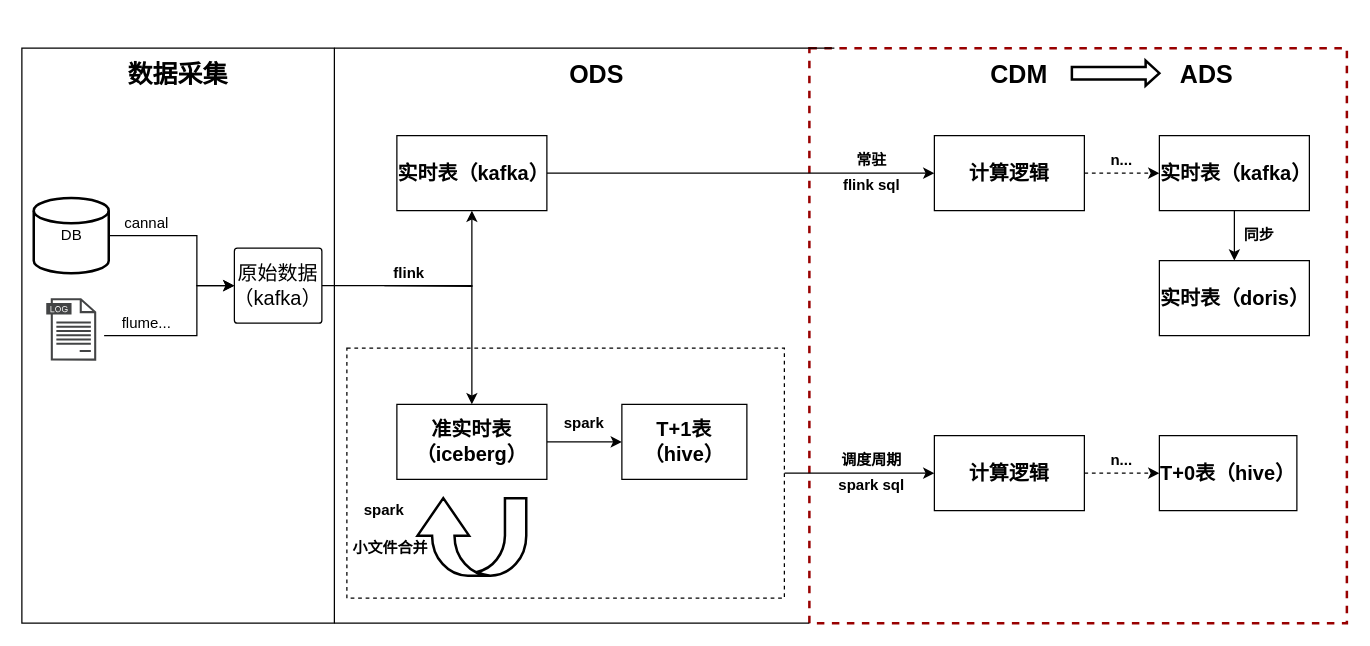
The draw.io diagram mt流批一体.drawio in mineminemine123/work-wiki, before the edit. Source tidied: cells renumbered, new cells numbered last; positions are measured from the earlier drawing's top-left corner, leaving out a move shared by most shapes. Both pictures are drawn from the tidied source at 125%, with x=0, y=0 at pixel (21, 48).
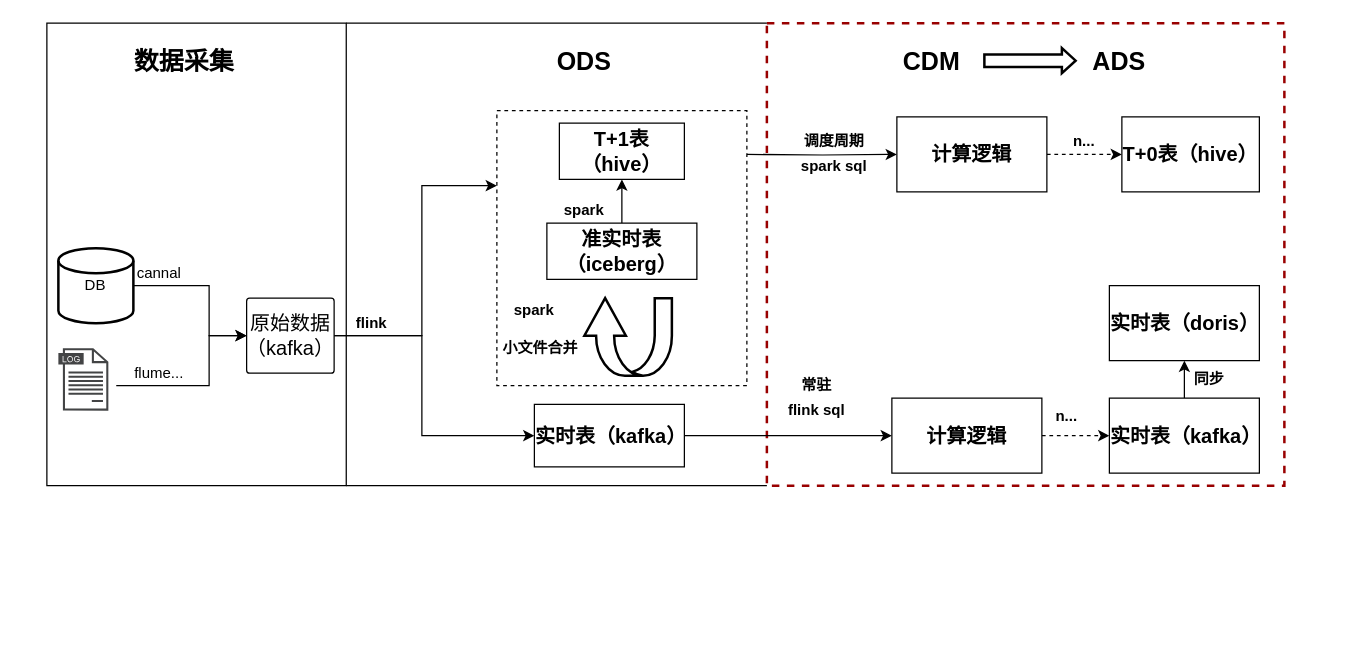
The same diagram, later.

Commit message:
更新mt流批一体.drawio

The edit, as a diff of the source:
```diff
@@
     <mxCell id="2" style="rounded=0;whiteSpace=wrap;html=1;fillColor=none;strokeColor=default;fontFamily=微软雅黑;" parent="1" vertex="1">
-      <mxGeometry width="250" height="460" as="geometry" />
+      <mxGeometry x="20" y="-20" width="239.5" height="370" as="geometry" />
     </mxCell>
     <mxCell id="3" style="rounded=0;whiteSpace=wrap;html=1;fillColor=default;strokeColor=#990000;strokeWidth=2;dashed=1;fontFamily=微软雅黑;" parent="1" vertex="1">
-      <mxGeometry x="630" width="430" height="460" as="geometry" />
+      <mxGeometry x="596" y="-20" width="414" height="370" as="geometry" />
     </mxCell>
-    <mxCell id="4" style="edgeStyle=orthogonalEdgeStyle;rounded=0;jettySize=auto;html=1;exitX=1;exitY=0.5;exitDx=0;exitDy=0;entryX=0;entryY=0.5;entryDx=0;entryDy=0;fontFamily=微软雅黑;" parent="1" edge="1" source="5" target="24">
-      <mxGeometry relative="1" as="geometry" />
+    <mxCell id="4" style="edgeStyle=orthogonalEdgeStyle;rounded=0;jettySize=auto;html=1;exitX=1;exitY=0.5;exitDx=0;exitDy=0;entryX=0;entryY=0.5;entryDx=0;entryDy=0;fontFamily=微软雅黑;" parent="1" edge="1" target="24">
+      <mxGeometry relative="1" as="geometry">
+        <mxPoint x="580" y="85" as="sourcePoint" />
+      </mxGeometry>
     </mxCell>
-    <mxCell id="5" style="rounded=0;whiteSpace=wrap;html=1;dashed=1;fillColor=default;strokeColor=default;fontFamily=微软雅黑;" parent="1" vertex="1">
-      <mxGeometry x="260" y="240" width="350" height="200" as="geometry" />
-    </mxCell>
-    <mxCell id="6" style="edgeStyle=orthogonalEdgeStyle;rounded=0;jettySize=auto;html=1;exitX=1;exitY=0.5;exitDx=0;exitDy=0;entryX=0;entryY=0.5;entryDx=0;entryDy=0;fontSize=20;fontFamily=微软雅黑;" parent="1" edge="1" source="7" target="29">
-      <mxGeometry relative="1" as="geometry" />
-    </mxCell>
-    <mxCell id="7" value="&lt;span style=&quot;font-size: 16px;&quot;&gt;实时表（kafka）&lt;/span&gt;" style="rounded=0;whiteSpace=wrap;html=1;fontStyle=1;fontFamily=微软雅黑;" parent="1" vertex="1">
-      <mxGeometry x="300" y="70" width="120" height="60" as="geometry" />
-    </mxCell>
-    <mxCell id="8" style="edgeStyle=orthogonalEdgeStyle;rounded=0;jettySize=auto;html=1;exitX=1;exitY=0.5;exitDx=0;exitDy=0;fontFamily=微软雅黑;" parent="1" edge="1" target="7">
+    <mxCell id="8" style="edgeStyle=orthogonalEdgeStyle;rounded=0;jettySize=auto;html=1;exitX=1;exitY=0.5;exitDx=0;exitDy=0;fontFamily=微软雅黑;" parent="1" edge="1" source="15" target="47">
       <mxGeometry relative="1" as="geometry">
-        <mxPoint x="290" y="190" as="sourcePoint" />
+        <Array as="points">
+          <mxPoint x="320" y="230" />
+          <mxPoint x="320" y="110" />
+        </Array>
       </mxGeometry>
     </mxCell>
-    <mxCell id="9" style="edgeStyle=orthogonalEdgeStyle;rounded=0;jettySize=auto;html=1;fontFamily=微软雅黑;" parent="1" edge="1" source="15" target="11">
-      <mxGeometry relative="1" as="geometry" />
+    <mxCell id="9" style="edgeStyle=orthogonalEdgeStyle;rounded=0;jettySize=auto;html=1;fontFamily=微软雅黑;entryX=0;entryY=0.5;entryDx=0;entryDy=0;" parent="1" edge="1" source="15" target="7">
+      <mxGeometry relative="1" as="geometry">
+        <Array as="points">
+          <mxPoint x="320" y="230" />
+        </Array>
+      </mxGeometry>
     </mxCell>
-    <mxCell id="10" style="edgeStyle=orthogonalEdgeStyle;rounded=0;jettySize=auto;html=1;exitX=1;exitY=0.5;exitDx=0;exitDy=0;entryX=0;entryY=0.5;entryDx=0;entryDy=0;fontFamily=微软雅黑;" parent="1" edge="1" source="11" target="21">
-      <mxGeometry relative="1" as="geometry" />
-    </mxCell>
-    <mxCell id="11" value="&lt;span style=&quot;font-size: 16px;&quot;&gt;准实时表（iceberg）&lt;/span&gt;" style="rounded=0;whiteSpace=wrap;html=1;fontStyle=1;fontFamily=微软雅黑;" parent="1" vertex="1">
-      <mxGeometry x="300" y="285" width="120" height="60" as="geometry" />
-    </mxCell>
     <mxCell id="12" style="edgeStyle=orthogonalEdgeStyle;rounded=0;jettySize=auto;html=1;fontFamily=微软雅黑;" parent="1" edge="1" source="13" target="15">
       <mxGeometry relative="1" as="geometry">
         <Array as="points">
-          <mxPoint x="140" y="150" />
-          <mxPoint x="140" y="190" />
+          <mxPoint x="149.8" y="190" />
+          <mxPoint x="149.8" y="230" />
         </Array>
       </mxGeometry>
     </mxCell>
     <mxCell id="13" value="DB" style="shape=mxgraph.flowchart.database;whiteSpace=wrap;html=1;fillColor=#ffffff;strokeColor=#000000;strokeWidth=2;fontFamily=微软雅黑;" parent="1" vertex="1">
-      <mxGeometry x="9.5" y="120" width="60" height="60" as="geometry" />
+      <mxGeometry x="29.2" y="160" width="60" height="60" as="geometry" />
     </mxCell>
     <mxCell id="14" style="edgeStyle=orthogonalEdgeStyle;rounded=0;jettySize=auto;html=1;exitX=0;exitY=0;exitDx=52.5;exitDy=30;exitPerimeter=0;entryX=0;entryY=0.5;entryDx=0;entryDy=0;fontFamily=微软雅黑;" parent="1" edge="1" target="15">
       <mxGeometry relative="1" as="geometry">
-        <mxPoint x="65.8" y="230" as="sourcePoint" />
+        <mxPoint x="75.5" y="270" as="sourcePoint" />
         <Array as="points">
-          <mxPoint x="140" y="230" />
-          <mxPoint x="140" y="190" />
+          <mxPoint x="149.8" y="270" />
+          <mxPoint x="149.8" y="230" />
         </Array>
       </mxGeometry>
     </mxCell>
     <mxCell id="15" value="&lt;span style=&quot;font-size: 16px;&quot;&gt;原始数据（kafka）&lt;/span&gt;" style="rounded=1;whiteSpace=wrap;html=1;arcSize=4;fontFamily=微软雅黑;" parent="1" vertex="1">
-      <mxGeometry x="170" y="160" width="70" height="60" as="geometry" />
+      <mxGeometry x="179.8" y="200" width="70" height="60" as="geometry" />
     </mxCell>
     <mxCell id="16" value="cannal" style="text;html=1;strokeColor=none;fillColor=none;align=center;verticalAlign=middle;whiteSpace=wrap;rounded=0;fontFamily=微软雅黑;" parent="1" vertex="1">
-      <mxGeometry x="80" y="130" width="40" height="20" as="geometry" />
+      <mxGeometry x="89.8" y="170" width="40" height="20" as="geometry" />
     </mxCell>
     <mxCell id="17" value="flume..." style="text;html=1;strokeColor=none;fillColor=none;align=center;verticalAlign=middle;whiteSpace=wrap;rounded=0;fontFamily=微软雅黑;" parent="1" vertex="1">
-      <mxGeometry x="80" y="210" width="40" height="20" as="geometry" />
+      <mxGeometry x="89.8" y="250" width="40" height="20" as="geometry" />
     </mxCell>
     <mxCell id="18" value="&lt;b&gt;flink&lt;/b&gt;" style="text;html=1;strokeColor=none;fillColor=none;align=center;verticalAlign=middle;whiteSpace=wrap;rounded=0;fontFamily=微软雅黑;" parent="1" vertex="1">
-      <mxGeometry x="290" y="170" width="40" height="20" as="geometry" />
+      <mxGeometry x="259.5" y="210" width="40" height="20" as="geometry" />
     </mxCell>
-    <mxCell id="19" style="shape=mxgraph.arrows.u_turn_up_arrow;whiteSpace=wrap;html=1;fillColor=#ffffff;strokeColor=#000000;strokeWidth=2;fontFamily=微软雅黑;" parent="1" vertex="1">
-      <mxGeometry x="316.5" y="360" width="87" height="62" as="geometry" />
-    </mxCell>
-    <mxCell id="20" value="&lt;b&gt;spark&lt;/b&gt;" style="text;html=1;strokeColor=none;fillColor=none;align=center;verticalAlign=middle;whiteSpace=wrap;rounded=0;fontFamily=微软雅黑;" parent="1" vertex="1">
-      <mxGeometry x="270" y="360" width="40" height="20" as="geometry" />
-    </mxCell>
-    <mxCell id="21" value="&lt;span style=&quot;font-size: 16px;&quot;&gt;T+1表（hive）&lt;/span&gt;" style="rounded=0;whiteSpace=wrap;html=1;fontStyle=1;fontFamily=微软雅黑;" parent="1" vertex="1">
-      <mxGeometry x="480" y="285" width="100" height="60" as="geometry" />
-    </mxCell>
-    <mxCell id="22" value="&lt;b&gt;spark&lt;/b&gt;" style="text;html=1;strokeColor=none;fillColor=none;align=center;verticalAlign=middle;whiteSpace=wrap;rounded=0;fontFamily=微软雅黑;" parent="1" vertex="1">
-      <mxGeometry x="430" y="290" width="40" height="20" as="geometry" />
-    </mxCell>
@@
     <mxCell id="24" value="&lt;font style=&quot;font-size: 16px;&quot;&gt;计算逻辑&lt;/font&gt;" style="rounded=0;whiteSpace=wrap;html=1;fontStyle=1;fontFamily=微软雅黑;" parent="1" vertex="1">
-      <mxGeometry x="730" y="310" width="120" height="60" as="geometry" />
+      <mxGeometry x="700" y="55" width="120" height="60" as="geometry" />
     </mxCell>
     <mxCell id="25" value="&lt;b&gt;调度周期&lt;/b&gt;" style="text;html=1;strokeColor=none;fillColor=none;align=center;verticalAlign=middle;whiteSpace=wrap;rounded=0;fontFamily=微软雅黑;" parent="1" vertex="1">
-      <mxGeometry x="650" y="320" width="60" height="20" as="geometry" />
+      <mxGeometry x="620" y="65" width="60" height="20" as="geometry" />
     </mxCell>
-    <mxCell id="26" value="&lt;b&gt;小文件合并&lt;/b&gt;" style="text;html=1;strokeColor=none;fillColor=none;align=center;verticalAlign=middle;whiteSpace=wrap;rounded=0;fontFamily=微软雅黑;" parent="1" vertex="1">
-      <mxGeometry x="260" y="390" width="70" height="20" as="geometry" />
-    </mxCell>
     <mxCell id="27" value="ODS" style="text;html=1;strokeColor=none;fillColor=none;align=center;verticalAlign=middle;whiteSpace=wrap;rounded=0;fontStyle=1;fontSize=20;fontFamily=微软雅黑;" parent="1" vertex="1">
-      <mxGeometry x="410" y="10" width="100" height="20" as="geometry" />
+      <mxGeometry x="400" width="100" height="20" as="geometry" />
     </mxCell>
@@
     <mxCell id="29" value="&lt;span style=&quot;font-size: 16px;&quot;&gt;计算逻辑&lt;/span&gt;" style="rounded=0;whiteSpace=wrap;html=1;fontStyle=1;fontFamily=微软雅黑;" parent="1" vertex="1">
-      <mxGeometry x="730" y="70" width="120" height="60" as="geometry" />
+      <mxGeometry x="696" y="280" width="120" height="60" as="geometry" />
     </mxCell>
     <mxCell id="30" value="&lt;b&gt;常驻&lt;/b&gt;" style="text;html=1;strokeColor=none;fillColor=none;align=center;verticalAlign=middle;whiteSpace=wrap;rounded=0;fontFamily=微软雅黑;" parent="1" vertex="1">
-      <mxGeometry x="640" y="80" width="80" height="20" as="geometry" />
+      <mxGeometry x="596" y="260" width="80" height="20" as="geometry" />
     </mxCell>
     <mxCell id="31" value="CDM" style="text;html=1;strokeColor=none;fillColor=none;align=center;verticalAlign=middle;whiteSpace=wrap;rounded=0;fontStyle=1;fontSize=20;fontFamily=微软雅黑;" parent="1" vertex="1">
-      <mxGeometry x="730" y="10" width="136" height="20" as="geometry" />
+      <mxGeometry x="660" width="136" height="20" as="geometry" />
     </mxCell>
-    <mxCell id="32" style="edgeStyle=orthogonalEdgeStyle;rounded=0;jettySize=auto;html=1;exitX=0.5;exitY=1;exitDx=0;exitDy=0;fontFamily=微软雅黑;" parent="1" edge="1" source="33" target="41">
+    <mxCell id="32" style="edgeStyle=orthogonalEdgeStyle;rounded=0;jettySize=auto;html=1;exitX=0.5;exitY=0;exitDx=0;exitDy=0;entryX=0.5;entryY=1;entryDx=0;entryDy=0;" parent="1" edge="1" source="33" target="41">
       <mxGeometry relative="1" as="geometry" />
     </mxCell>
     <mxCell id="33" value="&lt;span style=&quot;font-size: 16px;&quot;&gt;实时表（kafka）&lt;/span&gt;" style="rounded=0;whiteSpace=wrap;html=1;fontStyle=1;fontFamily=微软雅黑;" parent="1" vertex="1">
-      <mxGeometry x="910" y="70" width="120" height="60" as="geometry" />
+      <mxGeometry x="870" y="280" width="120" height="60" as="geometry" />
     </mxCell>
     <mxCell id="34" value="&lt;font style=&quot;font-size: 16px;&quot;&gt;T+0表（hive）&lt;/font&gt;" style="rounded=0;whiteSpace=wrap;html=1;fontStyle=1;fontFamily=微软雅黑;" parent="1" vertex="1">
-      <mxGeometry x="910" y="310" width="110" height="60" as="geometry" />
+      <mxGeometry x="880" y="55" width="110" height="60" as="geometry" />
     </mxCell>
     <mxCell id="35" value="n..." style="text;html=1;strokeColor=none;fillColor=none;align=center;verticalAlign=middle;whiteSpace=wrap;rounded=0;fontStyle=1;fontFamily=微软雅黑;" parent="1" vertex="1">
-      <mxGeometry x="860" y="80" width="40" height="20" as="geometry" />
+      <mxGeometry x="816" y="285" width="40" height="20" as="geometry" />
     </mxCell>
     <mxCell id="36" value="n..." style="text;html=1;strokeColor=none;fillColor=none;align=center;verticalAlign=middle;whiteSpace=wrap;rounded=0;fontStyle=1;fontFamily=微软雅黑;" parent="1" vertex="1">
-      <mxGeometry x="860" y="320" width="40" height="20" as="geometry" />
+      <mxGeometry x="830" y="65" width="40" height="20" as="geometry" />
     </mxCell>
     <mxCell id="37" style="verticalLabelPosition=bottom;verticalAlign=top;html=1;strokeWidth=2;shape=mxgraph.arrows2.arrow;dy=0.5;dx=11;notch=0;fontFamily=微软雅黑;" parent="1" vertex="1">
-      <mxGeometry x="840" y="10" width="70" height="20" as="geometry" />
+      <mxGeometry x="770" width="73" height="20" as="geometry" />
     </mxCell>
     <mxCell id="38" value="ADS" style="text;html=1;strokeColor=none;fillColor=none;align=center;verticalAlign=middle;whiteSpace=wrap;rounded=0;fontStyle=1;fontSize=20;fontFamily=微软雅黑;" parent="1" vertex="1">
-      <mxGeometry x="880" y="10" width="136" height="20" as="geometry" />
+      <mxGeometry x="810" width="136" height="20" as="geometry" />
     </mxCell>
     <mxCell id="39" style="sketch=0;shadow=0;dashed=0;html=1;strokeColor=none;fillColor=#434445;labelPosition=center;verticalLabelPosition=bottom;verticalAlign=top;align=center;shape=mxgraph.vvd.log_files;fontFamily=微软雅黑;" parent="1" vertex="1">
-      <mxGeometry x="19.5" y="200" width="40" height="50" as="geometry" />
+      <mxGeometry x="29.2" y="240" width="40" height="50" as="geometry" />
     </mxCell>
     <mxCell id="40" value="&lt;b&gt;flink sql&lt;/b&gt;" style="text;html=1;strokeColor=none;fillColor=none;align=center;verticalAlign=middle;whiteSpace=wrap;rounded=0;fontFamily=微软雅黑;" parent="1" vertex="1">
-      <mxGeometry x="655" y="100" width="50" height="20" as="geometry" />
+      <mxGeometry x="611" y="280" width="50" height="20" as="geometry" />
     </mxCell>
     <mxCell id="41" value="&lt;span style=&quot;font-size: 16px;&quot;&gt;实时表（doris）&lt;/span&gt;" style="rounded=0;whiteSpace=wrap;html=1;fontStyle=1;fontFamily=微软雅黑;" parent="1" vertex="1">
-      <mxGeometry x="910" y="170" width="120" height="60" as="geometry" />
+      <mxGeometry x="870" y="190" width="120" height="60" as="geometry" />
     </mxCell>
     <mxCell id="42" value="&lt;b&gt;spark sql&lt;/b&gt;" style="text;html=1;strokeColor=none;fillColor=none;align=center;verticalAlign=middle;whiteSpace=wrap;rounded=0;fontFamily=微软雅黑;" parent="1" vertex="1">
-      <mxGeometry x="640" y="340" width="80" height="20" as="geometry" />
+      <mxGeometry x="610" y="85" width="80" height="20" as="geometry" />
     </mxCell>
     <mxCell id="43" value="数据采集" style="text;html=1;strokeColor=none;fillColor=none;align=center;verticalAlign=middle;whiteSpace=wrap;rounded=0;fontStyle=1;fontSize=20;fontFamily=微软雅黑;" parent="1" vertex="1">
-      <mxGeometry x="75" y="10" width="100" height="20" as="geometry" />
+      <mxGeometry x="79.8" width="100" height="20" as="geometry" />
     </mxCell>
@@
-    <mxCell id="45" style="endArrow=none;html=1;rounded=0;sketch=0;strokeColor=#000000;strokeWidth=1;fontFamily=微软雅黑;fontSize=14;entryX=0;entryY=1;entryDx=0;entryDy=0;exitX=1;exitY=1;exitDx=0;exitDy=0;" parent="1" edge="1">
+    <mxCell id="45" style="endArrow=none;html=1;rounded=0;sketch=0;strokeColor=#000000;strokeWidth=1;fontFamily=微软雅黑;fontSize=14;exitX=1;exitY=1;exitDx=0;exitDy=0;entryX=0;entryY=0;entryDx=0;entryDy=0;" parent="1" edge="1" target="3">
       <mxGeometry relative="1" as="geometry">
-        <mxPoint x="250" as="sourcePoint" />
-        <mxPoint x="650" as="targetPoint" />
+        <mxPoint x="259.5" y="-20" as="sourcePoint" />
       </mxGeometry>
     </mxCell>
     <mxCell id="46" value="&lt;b&gt;同步&lt;/b&gt;" style="text;html=1;strokeColor=none;fillColor=none;align=center;verticalAlign=middle;whiteSpace=wrap;rounded=0;fontFamily=微软雅黑;" parent="1" vertex="1">
-      <mxGeometry x="970" y="140" width="40" height="20" as="geometry" />
+      <mxGeometry x="930" y="255" width="40" height="20" as="geometry" />
     </mxCell>
+    <mxCell id="47" style="rounded=0;whiteSpace=wrap;html=1;dashed=1;fillColor=default;strokeColor=default;fontFamily=微软雅黑;" parent="1" vertex="1">
+      <mxGeometry x="380" y="50" width="200" height="220" as="geometry" />
+    </mxCell>
+    <mxCell id="10" style="edgeStyle=orthogonalEdgeStyle;rounded=0;jettySize=auto;html=1;exitX=0.5;exitY=0;exitDx=0;exitDy=0;" parent="1" edge="1" source="11" target="21">
+      <mxGeometry relative="1" as="geometry" />
+    </mxCell>
+    <mxCell id="11" value="&lt;span style=&quot;font-size: 16px;&quot;&gt;准实时表（iceberg）&lt;/span&gt;" style="rounded=0;whiteSpace=wrap;html=1;fontStyle=1;fontFamily=微软雅黑;" parent="1" vertex="1">
+      <mxGeometry x="420" y="140" width="120" height="45" as="geometry" />
+    </mxCell>
+    <mxCell id="48" style="shape=mxgraph.arrows.u_turn_up_arrow;whiteSpace=wrap;html=1;fillColor=#ffffff;strokeColor=#000000;strokeWidth=2;fontFamily=微软雅黑;" parent="1" vertex="1">
+      <mxGeometry x="450" y="200" width="70" height="62" as="geometry" />
+    </mxCell>
+    <mxCell id="49" value="&lt;b&gt;spark&lt;/b&gt;" style="text;html=1;strokeColor=none;fillColor=none;align=center;verticalAlign=middle;whiteSpace=wrap;rounded=0;fontFamily=微软雅黑;" parent="1" vertex="1">
+      <mxGeometry x="390" y="200" width="40" height="20" as="geometry" />
+    </mxCell>
+    <mxCell id="50" value="&lt;b&gt;spark&lt;/b&gt;" style="text;html=1;strokeColor=none;fillColor=none;align=center;verticalAlign=middle;whiteSpace=wrap;rounded=0;fontFamily=微软雅黑;" parent="1" vertex="1">
+      <mxGeometry x="430" y="120" width="40" height="20" as="geometry" />
+    </mxCell>
+    <mxCell id="26" value="&lt;b&gt;小文件合并&lt;/b&gt;" style="text;html=1;strokeColor=none;fillColor=none;align=center;verticalAlign=middle;whiteSpace=wrap;rounded=0;fontFamily=微软雅黑;" parent="1" vertex="1">
+      <mxGeometry x="380" y="230" width="70" height="20" as="geometry" />
+    </mxCell>
+    <mxCell id="6" style="edgeStyle=orthogonalEdgeStyle;rounded=0;jettySize=auto;html=1;exitX=1;exitY=0.5;exitDx=0;exitDy=0;entryX=0;entryY=0.5;entryDx=0;entryDy=0;" parent="1" edge="1" source="7" target="29">
+      <mxGeometry relative="1" as="geometry" />
+    </mxCell>
+    <mxCell id="7" value="&lt;span style=&quot;font-size: 16px;&quot;&gt;实时表（kafka）&lt;/span&gt;" style="rounded=0;whiteSpace=wrap;html=1;fontStyle=1;fontFamily=微软雅黑;" parent="1" vertex="1">
+      <mxGeometry x="410" y="285" width="120" height="50" as="geometry" />
+    </mxCell>
+    <mxCell id="21" value="&lt;span style=&quot;font-size: 16px;&quot;&gt;T+1表（hive）&lt;/span&gt;" style="rounded=0;whiteSpace=wrap;html=1;fontStyle=1;fontFamily=微软雅黑;" parent="1" vertex="1">
+      <mxGeometry x="430" y="60" width="100" height="45" as="geometry" />
+    </mxCell>
```
